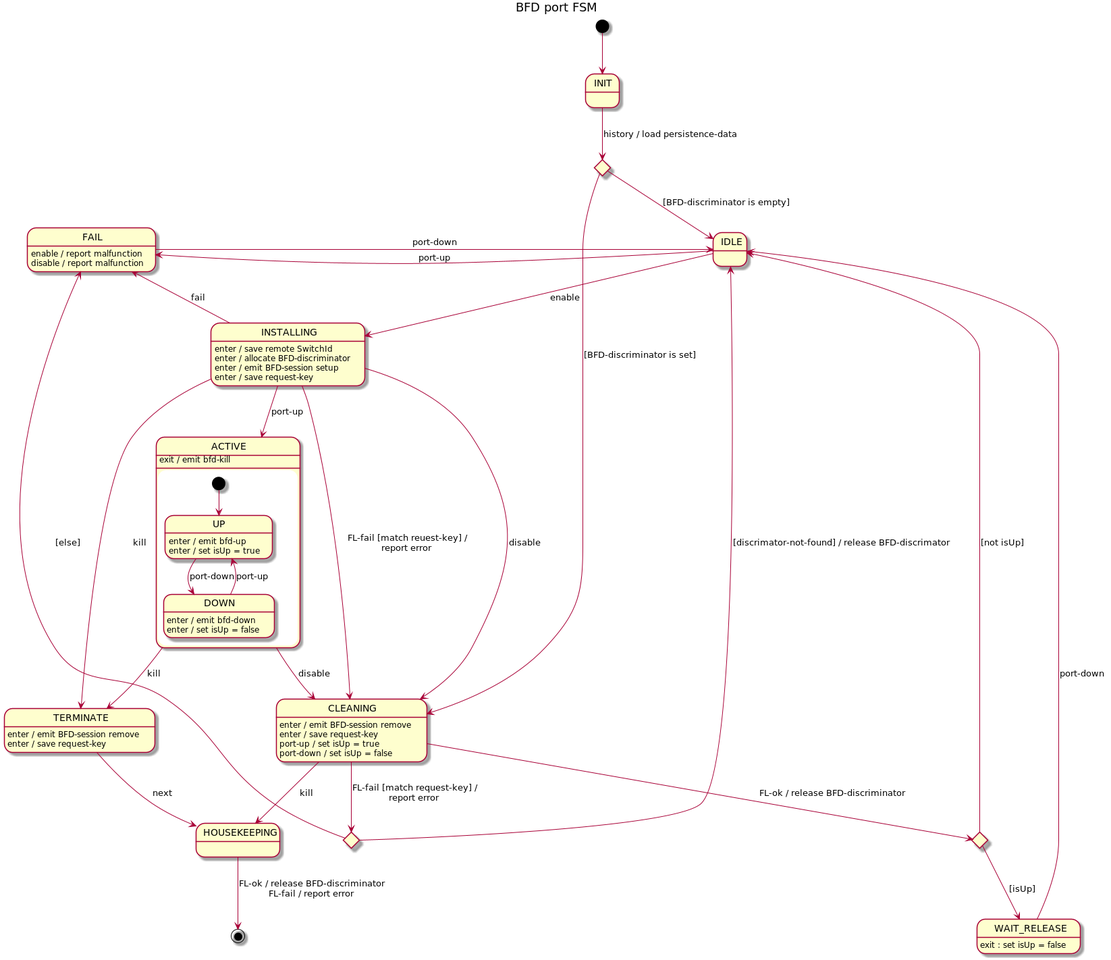
Earlier version of the PlantUML export docs/design/network-discovery/bfd-port-FSM.png (telstra/open-kilda).
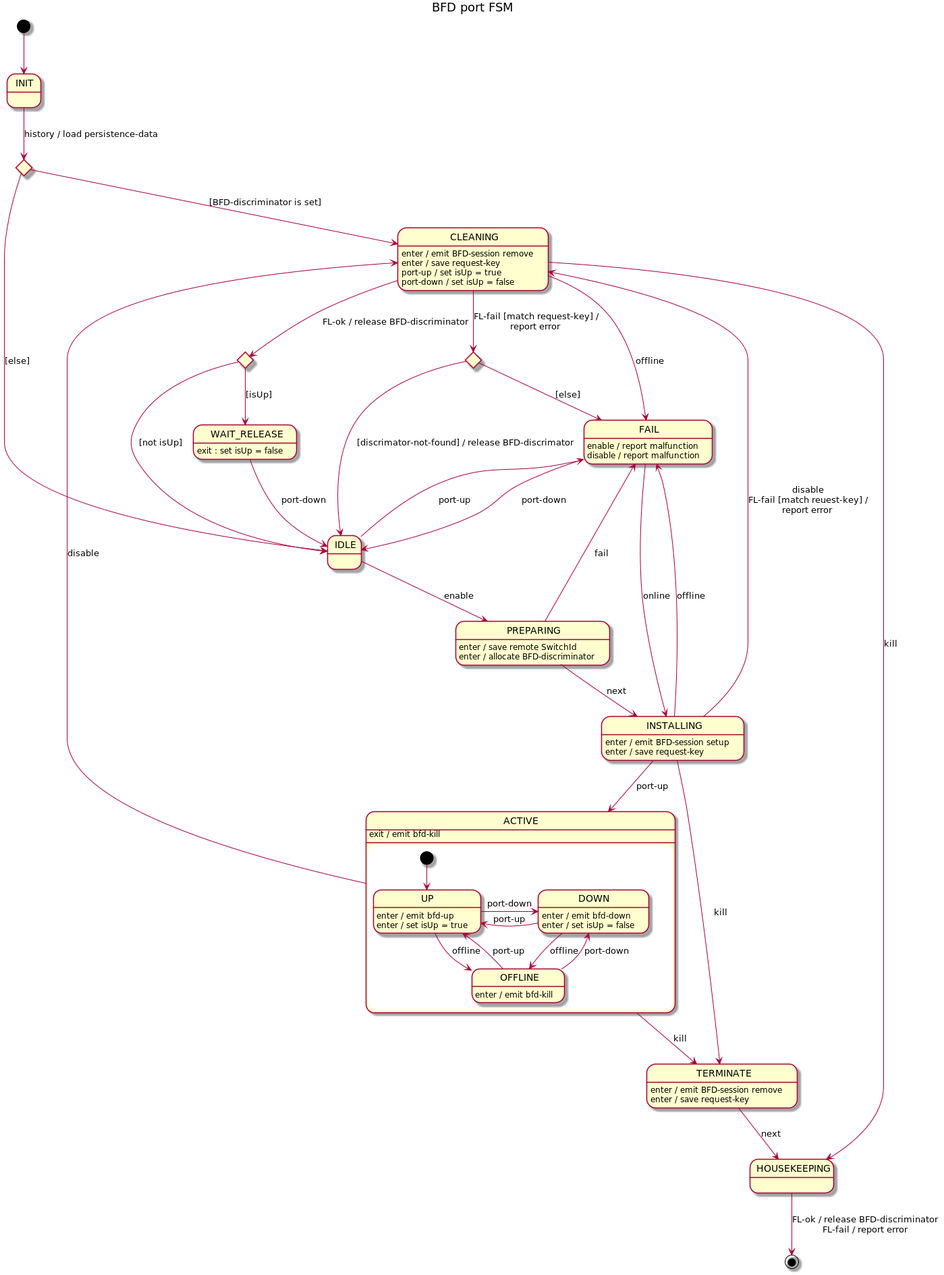
After the change.

Commit message:
Take into account SW online/offline status change into BFD management

Change to the diagram source:
```diff
@@ -6,19 +6,21 @@
 state initChoice <<choice>>
 INIT --> initChoice : history / load persistence-data
 
-initChoice --> IDLE : [BFD-discriminator is empty]
+initChoice --> IDLE : [else]
 initChoice --> CLEANING : [BFD-discriminator is set]
 
-IDLE --> INSTALLING : enable
-IDLE -l-> FAIL : port-up
+IDLE --> PREPARING : enable
+IDLE --> FAIL : port-up
+
+PREPARING --> INSTALLING : next
+PREPARING --> FAIL : fail
+PREPARING : enter / save remote SwitchId
+PREPARING : enter / allocate BFD-discriminator
 
 INSTALLING --> ACTIVE : port-up
-INSTALLING --> CLEANING : FL-fail [match reuest-key] /\nreport error
-INSTALLING --> CLEANING : disable
-INSTALLING --> FAIL : fail
+INSTALLING --> CLEANING : disable\nFL-fail [match reuest-key] /\nreport error
+INSTALLING --> FAIL : offline
 INSTALLING --> TERMINATE : kill
-INSTALLING : enter / save remote SwitchId
-INSTALLING : enter / allocate BFD-discriminator
 INSTALLING : enter / emit BFD-session setup
 INSTALLING : enter / save request-key
 
@@ -27,6 +29,7 @@
 
 CLEANING --> cleaningChoice : FL-ok / release BFD-discriminator
 CLEANING --> failChoice : FL-fail [match request-key] /\nreport error
+CLEANING --> FAIL : offline
 CLEANING --> HOUSEKEEPING : kill
 CLEANING : enter / emit BFD-session remove
 CLEANING : enter / save request-key
@@ -45,15 +48,21 @@
 state ACTIVE {
     [*] --> UP
 
-    UP --> DOWN : port-down
+    UP -r-> DOWN : port-down
+    UP --> OFFLINE : offline
     UP : enter / emit bfd-up
     UP : enter / set isUp = true
 
-    DOWN --> UP : port-up
+    DOWN -l-> UP : port-up
+    DOWN --> OFFLINE : offline
     DOWN : enter / emit bfd-down
     DOWN : enter / set isUp = false
+
+    OFFLINE --> UP : port-up
+    OFFLINE --> DOWN : port-down
+    OFFLINE : enter / emit bfd-kill
 }
-ACTIVE --> CLEANING : disable
+ACTIVE -u-> CLEANING : disable
 ACTIVE --> TERMINATE : kill
 ACTIVE : exit / emit bfd-kill
 
@@ -63,7 +72,8 @@
 
 HOUSEKEEPING --> [*] : FL-ok / release BFD-discriminator\nFL-fail / report error
 
-FAIL -r-> IDLE : port-down
+FAIL --> IDLE : port-down
+FAIL --> INSTALLING : online
 FAIL : enable / report malfunction
 FAIL : disable / report malfunction
 
```
